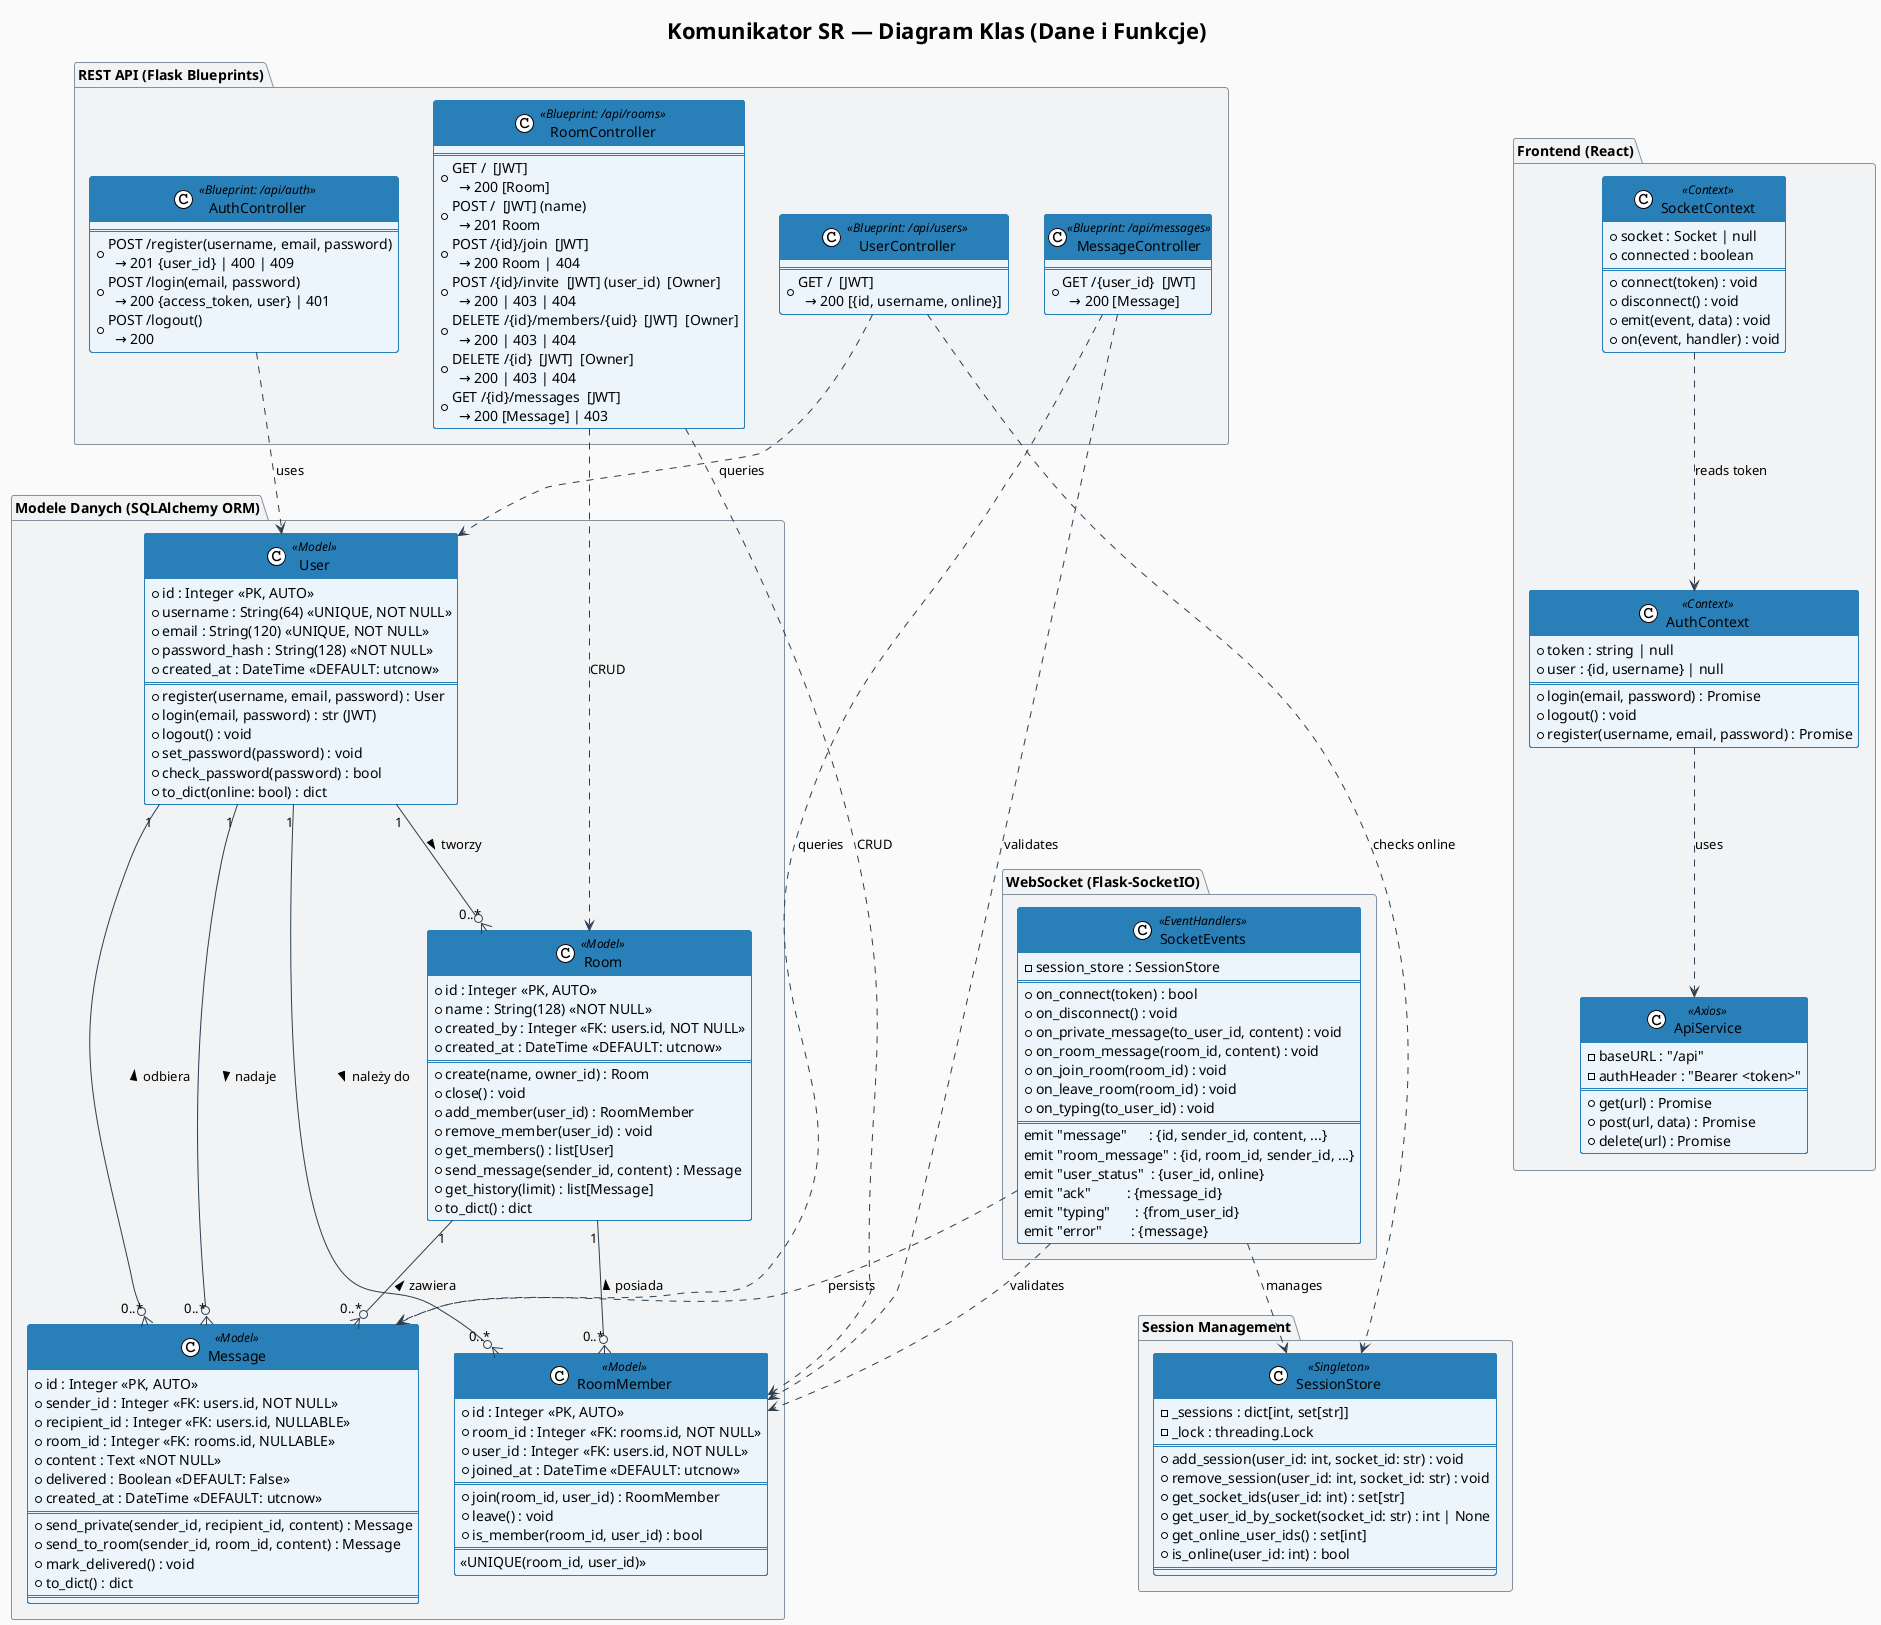
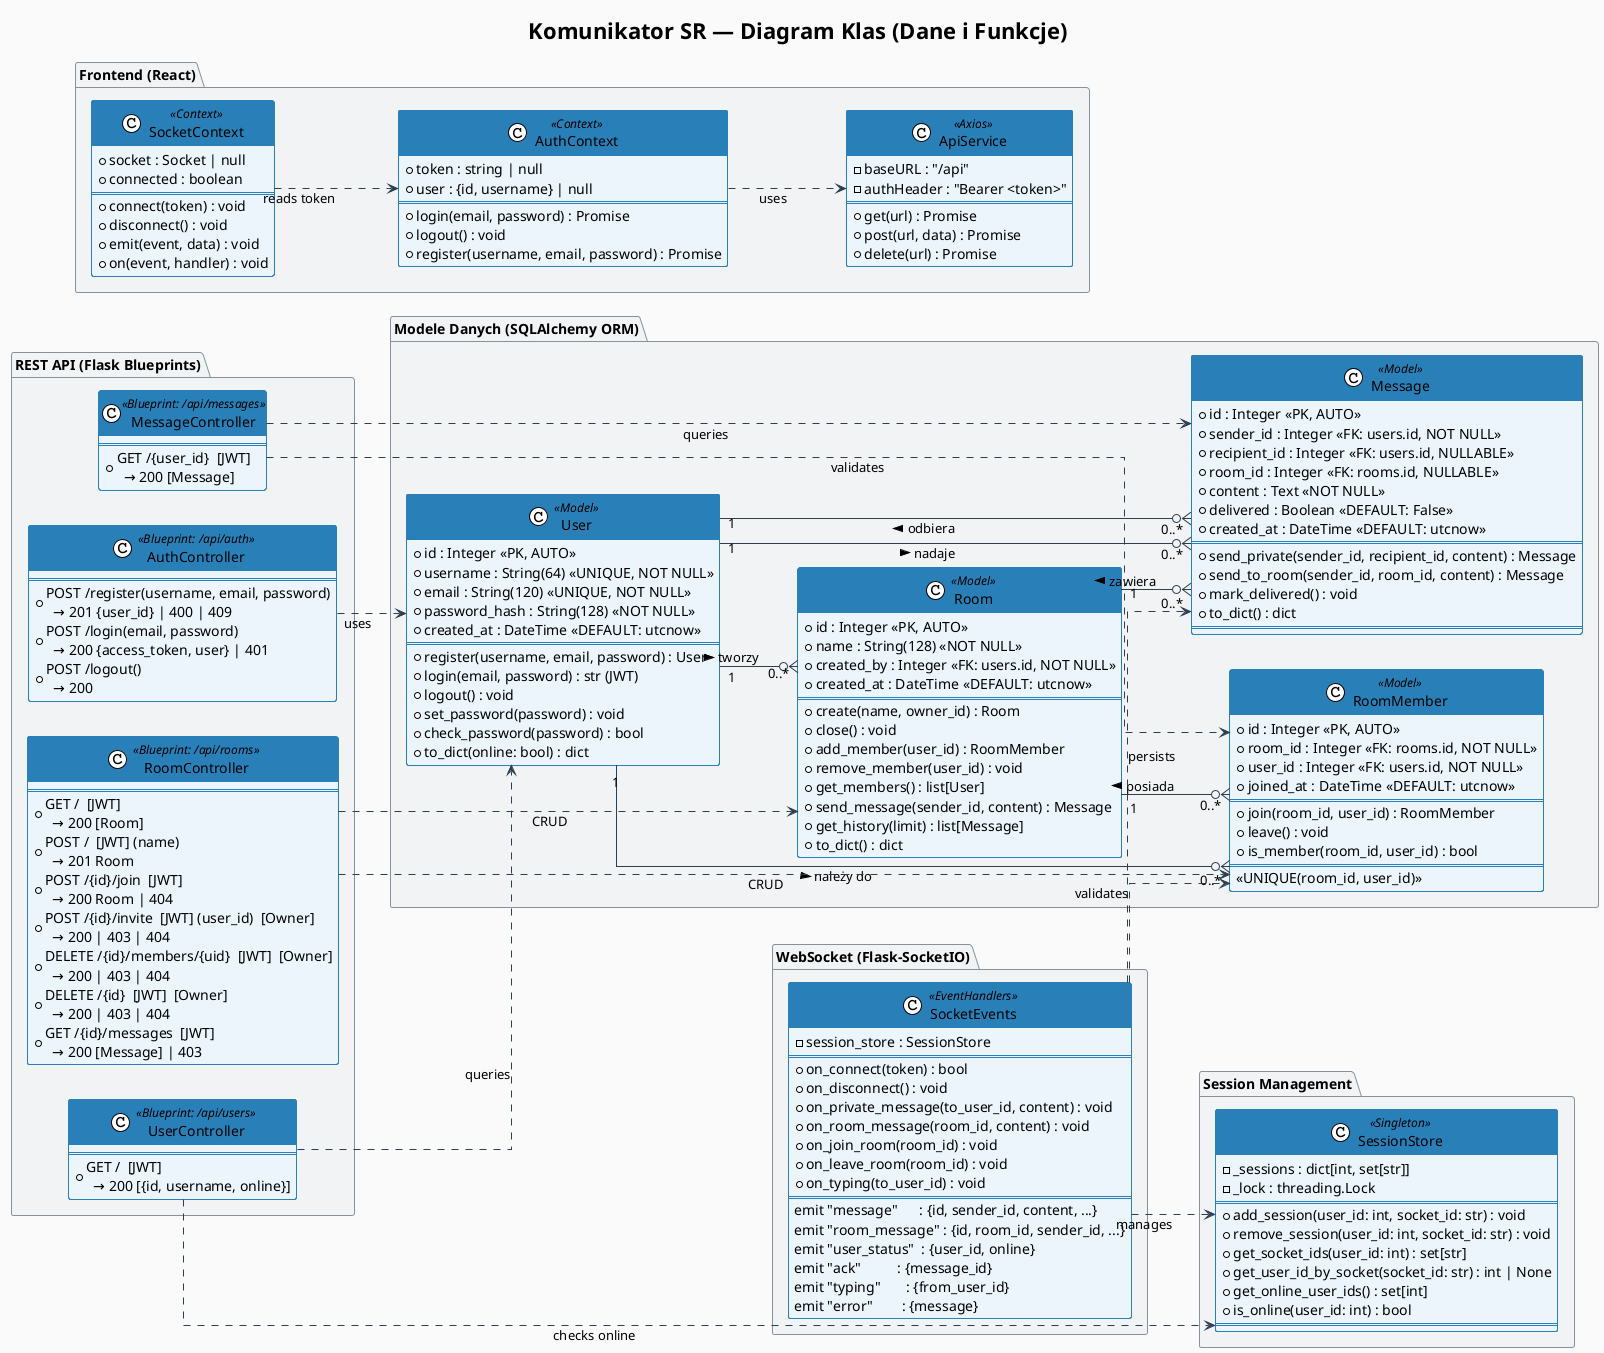
- @startuml Komunikator_SR - Class Diagram
+ @startuml

!theme plain
skinparam backgroundColor #FAFAFA
skinparam classBackgroundColor #EBF5FB
skinparam classBorderColor #2980B9
skinparam classHeaderBackgroundColor #2980B9
skinparam classHeaderFontColor #FFFFFF
skinparam packageBackgroundColor #F2F3F4
skinparam packageBorderColor #85929E
skinparam arrowColor #2C3E50
+ skinparam linetype ortho
+ 
+ left to right direction

title Komunikator SR — Diagram Klas (Dane i Funkcje)

' ─────────────────────────────────────────────
' PACKAGE: MODELE DANYCH
' ─────────────────────────────────────────────

package "Modele Danych (SQLAlchemy ORM)" {

    class User <<Model>> {
        ' DANE
        + id : Integer <<PK, AUTO>>
        + username : String(64) <<UNIQUE, NOT NULL>>
        + email : String(120) <<UNIQUE, NOT NULL>>
        + password_hash : String(128) <<NOT NULL>>
        + created_at : DateTime <<DEFAULT: utcnow>>
        ==
        ' FUNKCJE
        + register(username, email, password) : User
        + login(email, password) : str (JWT)
        + logout() : void
        + set_password(password) : void
        + check_password(password) : bool
        + to_dict(online: bool) : dict
    }

    class Room <<Model>> {
        ' DANE
        + id : Integer <<PK, AUTO>>
        + name : String(128) <<NOT NULL>>
        + created_by : Integer <<FK: users.id, NOT NULL>>
        + created_at : DateTime <<DEFAULT: utcnow>>
        ==
        ' FUNKCJE
        + create(name, owner_id) : Room
        + close() : void
        + add_member(user_id) : RoomMember
        + remove_member(user_id) : void
        + get_members() : list[User]
        + send_message(sender_id, content) : Message
        + get_history(limit) : list[Message]
        + to_dict() : dict
    }

    class RoomMember <<Model>> {
        ' DANE
        + id : Integer <<PK, AUTO>>
        + room_id : Integer <<FK: rooms.id, NOT NULL>>
        + user_id : Integer <<FK: users.id, NOT NULL>>
        + joined_at : DateTime <<DEFAULT: utcnow>>
        ==
        ' FUNKCJE
        + join(room_id, user_id) : RoomMember
        + leave() : void
        + is_member(room_id, user_id) : bool
        ==
        <<UNIQUE(room_id, user_id)>>
    }

    class Message <<Model>> {
        ' DANE
        + id : Integer <<PK, AUTO>>
        + sender_id : Integer <<FK: users.id, NOT NULL>>
        + recipient_id : Integer <<FK: users.id, NULLABLE>>
        + room_id : Integer <<FK: rooms.id, NULLABLE>>
        + content : Text <<NOT NULL>>
        + delivered : Boolean <<DEFAULT: False>>
        + created_at : DateTime <<DEFAULT: utcnow>>
        ==
        ' FUNKCJE
        + send_private(sender_id, recipient_id, content) : Message
        + send_to_room(sender_id, room_id, content) : Message
        + mark_delivered() : void
        + to_dict() : dict
        ==
        ' Reguła: recipient_id XOR room_id musi być ustawione
    }

    User "1" --o{ "0..*" Message : "nadaje >"
    User "1" --o{ "0..*" Message : "< odbiera"
    User "1" --o{ "0..*" RoomMember : "należy do >"
    User "1" --o{ "0..*" Room : "tworzy >"
    Room "1" --o{ "0..*" RoomMember : "< posiada"
    Room "1" --o{ "0..*" Message : "< zawiera"
}

' ─────────────────────────────────────────────
' PACKAGE: SESSION STORE
' ─────────────────────────────────────────────

package "Session Management" {

    class SessionStore <<Singleton>> {
        ' DANE (in-memory)
        - _sessions : dict[int, set[str]]
        - _lock : threading.Lock
        ==
        ' FUNKCJE
        + add_session(user_id: int, socket_id: str) : void
        + remove_session(user_id: int, socket_id: str) : void
        + get_socket_ids(user_id: int) : set[str]
        + get_user_id_by_socket(socket_id: str) : int | None
        + get_online_user_ids() : set[int]
        + is_online(user_id: int) : bool
        ==
        ' user_id → {socket_id_1, socket_id_2, ...}
        ' Obsługa wielu kart / urządzeń jednocześnie
    }
}

' ─────────────────────────────────────────────
' PACKAGE: REST API
' ─────────────────────────────────────────────

package "REST API (Flask Blueprints)" {

    class AuthController <<Blueprint: /api/auth>> {
        ==
        + POST /register(username, email, password)\n  → 201 {user_id} | 400 | 409
        + POST /login(email, password)\n  → 200 {access_token, user} | 401
        + POST /logout()\n  → 200
    }

    class UserController <<Blueprint: /api/users>> {
        ==
        + GET /  [JWT]\n  → 200 [{id, username, online}]
    }

    class RoomController <<Blueprint: /api/rooms>> {
        ==
        + GET /  [JWT]\n  → 200 [Room]
        + POST /  [JWT] (name)\n  → 201 Room
        + POST /{id}/join  [JWT]\n  → 200 Room | 404
        + POST /{id}/invite  [JWT] (user_id)  [Owner]\n  → 200 | 403 | 404
        + DELETE /{id}/members/{uid}  [JWT]  [Owner]\n  → 200 | 403 | 404
        + DELETE /{id}  [JWT]  [Owner]\n  → 200 | 403 | 404
        + GET /{id}/messages  [JWT]\n  → 200 [Message] | 403
    }

    class MessageController <<Blueprint: /api/messages>> {
        ==
        + GET /{user_id}  [JWT]\n  → 200 [Message]
    }

    AuthController    ..> User        : uses
    UserController    ..> User        : queries
    UserController    ..> SessionStore : checks online
    RoomController    ..> Room        : CRUD
    RoomController    ..> RoomMember  : CRUD
    MessageController ..> Message     : queries
    MessageController ..> RoomMember  : validates
}

' ─────────────────────────────────────────────
' PACKAGE: WEBSOCKET
' ─────────────────────────────────────────────

package "WebSocket (Flask-SocketIO)" {

    class SocketEvents <<EventHandlers>> {
        ' DANE
        - session_store : SessionStore
        ==
        ' FUNKCJE — Klient → Serwer
        + on_connect(token) : bool
        + on_disconnect() : void
        + on_private_message(to_user_id, content) : void
        + on_room_message(room_id, content) : void
        + on_join_room(room_id) : void
        + on_leave_room(room_id) : void
        + on_typing(to_user_id) : void
        ==
        ' ZDARZENIA — Serwer → Klient
        emit "message"      : {id, sender_id, content, ...}
        emit "room_message" : {id, room_id, sender_id, ...}
        emit "user_status"  : {user_id, online}
        emit "ack"          : {message_id}
        emit "typing"       : {from_user_id}
        emit "error"        : {message}
    }

    SocketEvents ..> SessionStore : manages
    SocketEvents ..> Message      : persists
    SocketEvents ..> RoomMember   : validates
}

' ─────────────────────────────────────────────
' PACKAGE: FRONTEND
' ─────────────────────────────────────────────

package "Frontend (React)" {

    class AuthContext <<Context>> {
        ' DANE
        + token : string | null
        + user : {id, username} | null
        ==
        ' FUNKCJE
        + login(email, password) : Promise
        + logout() : void
        + register(username, email, password) : Promise
    }

    class SocketContext <<Context>> {
        ' DANE
        + socket : Socket | null
        + connected : boolean
        ==
        ' FUNKCJE
        + connect(token) : void
        + disconnect() : void
        + emit(event, data) : void
        + on(event, handler) : void
    }

    class ApiService <<Axios>> {
        ' DANE
        - baseURL : "/api"
        - authHeader : "Bearer <token>"
        ==
        ' FUNKCJE
        + get(url) : Promise
        + post(url, data) : Promise
        + delete(url) : Promise
    }

    AuthContext  ..> ApiService    : uses
    SocketContext ..> AuthContext  : reads token
}

@enduml
